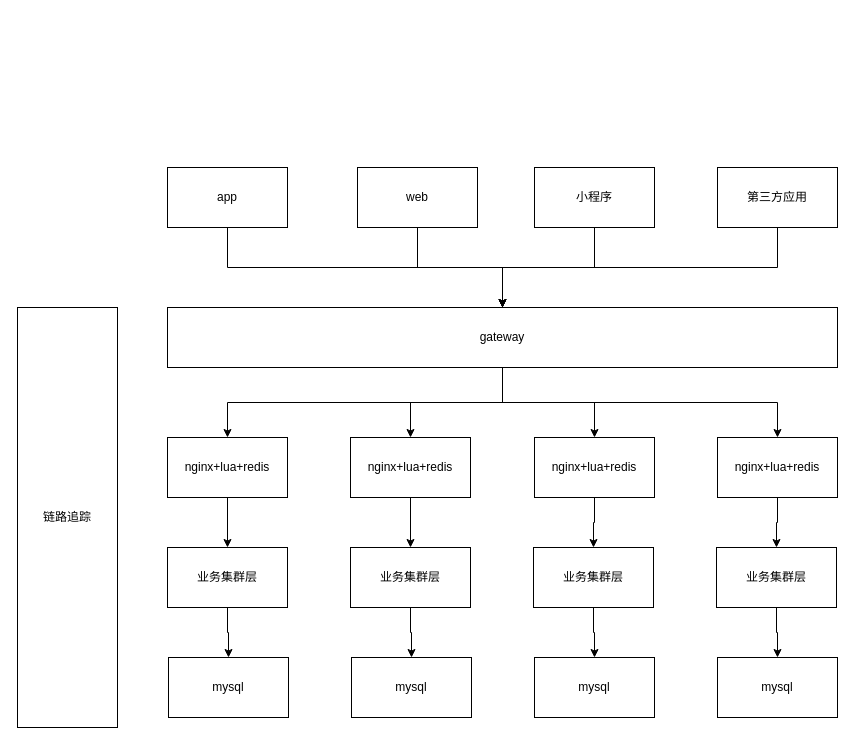
Above: 网站架构.drawio in thecoding/javaUML (draw.io), before the change. Source tidied: cells renumbered, new cells numbered last; positions are measured from the earlier drawing's top-left corner, leaving out a move shared by most shapes. Both pictures are drawn from the tidied source at 100%, with x=0, y=0 at pixel (17, 167).
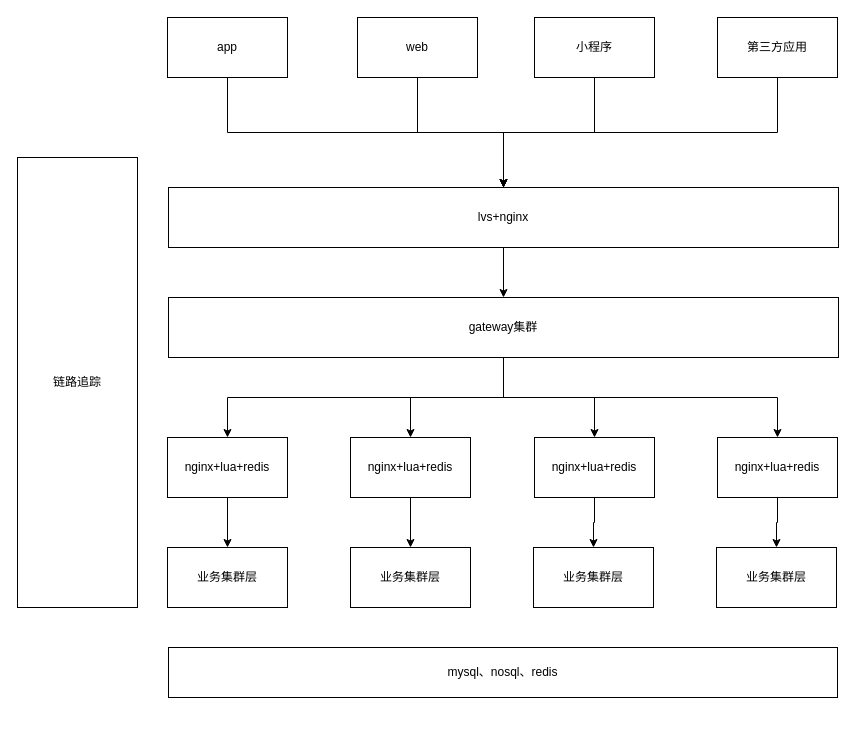
After the change.

Commit message:
更新网站架构.drawio

Unchanged cells that the change refers to:
```xml
<mxCell id="24" value="业务集群层" style="rounded=0;whiteSpace=wrap;html=1;" parent="1" vertex="1">
  <mxGeometry x="150" y="380" width="120" height="60" as="geometry" />
</mxCell>
<mxCell id="26" value="业务集群层" style="rounded=0;whiteSpace=wrap;html=1;" parent="1" vertex="1">
  <mxGeometry x="333" y="380" width="120" height="60" as="geometry" />
</mxCell>
<mxCell id="28" value="业务集群层" style="rounded=0;whiteSpace=wrap;html=1;" parent="1" vertex="1">
  <mxGeometry x="516" y="380" width="120" height="60" as="geometry" />
</mxCell>
<mxCell id="30" value="业务集群层" style="rounded=0;whiteSpace=wrap;html=1;" parent="1" vertex="1">
  <mxGeometry x="699" y="380" width="120" height="60" as="geometry" />
</mxCell>
```

Change to the diagram source:
```diff
@@
-    <mxCell id="2" style="edgeStyle=orthogonalEdgeStyle;rounded=0;jettySize=auto;html=1;" parent="1" edge="1" source="3" target="14">
-      <mxGeometry relative="1" as="geometry" />
-    </mxCell>
+    <mxCell id="36" style="edgeStyle=orthogonalEdgeStyle;rounded=0;jettySize=auto;html=1;" parent="1" edge="1" source="3" target="41">
+      <mxGeometry relative="1" as="geometry" />
+    </mxCell>
     <mxCell id="3" value="app" style="rounded=0;whiteSpace=wrap;html=1;" parent="1" vertex="1">
-      <mxGeometry x="150" width="120" height="60" as="geometry" />
+      <mxGeometry x="150" y="-150" width="120" height="60" as="geometry" />
     </mxCell>
-    <mxCell id="4" style="edgeStyle=orthogonalEdgeStyle;rounded=0;jettySize=auto;html=1;" parent="1" edge="1" source="5" target="14">
-      <mxGeometry relative="1" as="geometry" />
-    </mxCell>
+    <mxCell id="37" style="edgeStyle=orthogonalEdgeStyle;rounded=0;jettySize=auto;html=1;" parent="1" edge="1" source="5" target="41">
+      <mxGeometry relative="1" as="geometry" />
+    </mxCell>
     <mxCell id="5" value="web" style="rounded=0;whiteSpace=wrap;html=1;" parent="1" vertex="1">
-      <mxGeometry x="340" width="120" height="60" as="geometry" />
+      <mxGeometry x="340" y="-150" width="120" height="60" as="geometry" />
     </mxCell>
-    <mxCell id="6" style="edgeStyle=orthogonalEdgeStyle;rounded=0;jettySize=auto;html=1;" parent="1" edge="1" source="7" target="14">
-      <mxGeometry relative="1" as="geometry" />
-    </mxCell>
+    <mxCell id="38" style="edgeStyle=orthogonalEdgeStyle;rounded=0;jettySize=auto;html=1;" parent="1" edge="1" source="7" target="41">
+      <mxGeometry relative="1" as="geometry" />
+    </mxCell>
     <mxCell id="7" value="小程序" style="rounded=0;whiteSpace=wrap;html=1;" parent="1" vertex="1">
-      <mxGeometry x="517" width="120" height="60" as="geometry" />
+      <mxGeometry x="517" y="-150" width="120" height="60" as="geometry" />
     </mxCell>
-    <mxCell id="8" style="edgeStyle=orthogonalEdgeStyle;rounded=0;jettySize=auto;html=1;" parent="1" edge="1" source="9" target="14">
-      <mxGeometry relative="1" as="geometry" />
-    </mxCell>
+    <mxCell id="39" style="edgeStyle=orthogonalEdgeStyle;rounded=0;jettySize=auto;html=1;" parent="1" edge="1" source="9" target="41">
+      <mxGeometry relative="1" as="geometry" />
+    </mxCell>
     <mxCell id="9" value="第三方应用" style="rounded=0;whiteSpace=wrap;html=1;" parent="1" vertex="1">
-      <mxGeometry x="700" width="120" height="60" as="geometry" />
+      <mxGeometry x="700" y="-150" width="120" height="60" as="geometry" />
     </mxCell>
@@
-    <mxCell id="14" value="gateway" style="rounded=0;whiteSpace=wrap;html=1;" parent="1" vertex="1">
-      <mxGeometry x="150" y="140" width="670" height="60" as="geometry" />
+    <mxCell id="14" value="gateway集群" style="rounded=0;whiteSpace=wrap;html=1;" parent="1" vertex="1">
+      <mxGeometry x="151" y="130" width="670" height="60" as="geometry" />
     </mxCell>
@@
-    <mxCell id="23" style="edgeStyle=orthogonalEdgeStyle;rounded=0;jettySize=auto;html=1;" parent="1" edge="1" source="24" target="31">
-      <mxGeometry relative="1" as="geometry" />
-    </mxCell>
@@
-    <mxCell id="25" style="edgeStyle=orthogonalEdgeStyle;rounded=0;jettySize=auto;html=1;" parent="1" edge="1" source="26" target="32">
-      <mxGeometry relative="1" as="geometry" />
-    </mxCell>
@@
-    <mxCell id="27" style="edgeStyle=orthogonalEdgeStyle;rounded=0;jettySize=auto;html=1;" parent="1" edge="1" source="28" target="33">
-      <mxGeometry relative="1" as="geometry" />
-    </mxCell>
@@
-    <mxCell id="29" style="edgeStyle=orthogonalEdgeStyle;rounded=0;jettySize=auto;html=1;" parent="1" edge="1" source="30" target="34">
-      <mxGeometry relative="1" as="geometry" />
-    </mxCell>
@@
-    <mxCell id="31" value="mysql" style="rounded=0;whiteSpace=wrap;html=1;" parent="1" vertex="1">
-      <mxGeometry x="151" y="490" width="120" height="60" as="geometry" />
-    </mxCell>
-    <mxCell id="32" value="mysql" style="rounded=0;whiteSpace=wrap;html=1;" parent="1" vertex="1">
-      <mxGeometry x="334" y="490" width="120" height="60" as="geometry" />
-    </mxCell>
-    <mxCell id="33" value="mysql" style="rounded=0;whiteSpace=wrap;html=1;" parent="1" vertex="1">
-      <mxGeometry x="517" y="490" width="120" height="60" as="geometry" />
-    </mxCell>
-    <mxCell id="34" value="mysql" style="rounded=0;whiteSpace=wrap;html=1;" parent="1" vertex="1">
-      <mxGeometry x="700" y="490" width="120" height="60" as="geometry" />
-    </mxCell>
     <mxCell id="35" value="链路追踪" style="rounded=0;whiteSpace=wrap;html=1;" parent="1" vertex="1">
-      <mxGeometry y="140" width="100" height="420" as="geometry" />
+      <mxGeometry y="-10" width="120" height="450" as="geometry" />
     </mxCell>
+    <mxCell id="40" style="edgeStyle=orthogonalEdgeStyle;rounded=0;jettySize=auto;html=1;" parent="1" edge="1" source="41" target="14">
+      <mxGeometry relative="1" as="geometry" />
+    </mxCell>
+    <mxCell id="41" value="lvs+nginx" style="rounded=0;whiteSpace=wrap;html=1;" parent="1" vertex="1">
+      <mxGeometry x="151" y="20" width="670" height="60" as="geometry" />
+    </mxCell>
+    <mxCell id="42" value="mysql、nosql、redis" style="rounded=0;whiteSpace=wrap;html=1;" parent="1" vertex="1">
+      <mxGeometry x="151" y="480" width="669" height="50" as="geometry" />
+    </mxCell>
```
